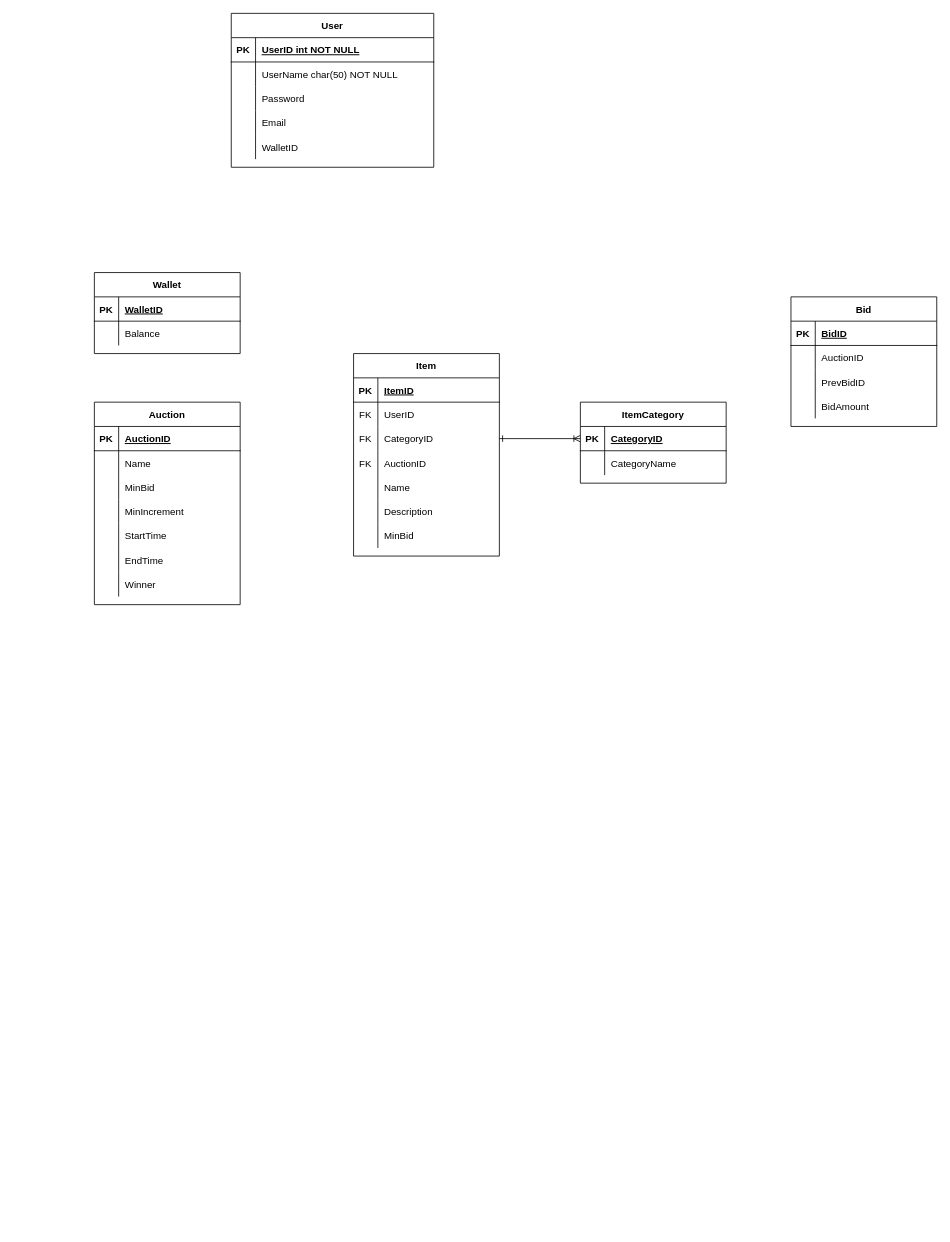
vardan5/AuctionWeb keeps this draw.io diagram as page "Page-1" (1 of 2) of Auction ERD.drawio. Above is the earlier version. Source tidied: cells renumbered, new cells numbered last; positions are measured from the earlier drawing's top-left corner, leaving out a move shared by most shapes. Both pictures are drawn from the tidied source at 81%, with x=0, y=0 at pixel (94, 13).
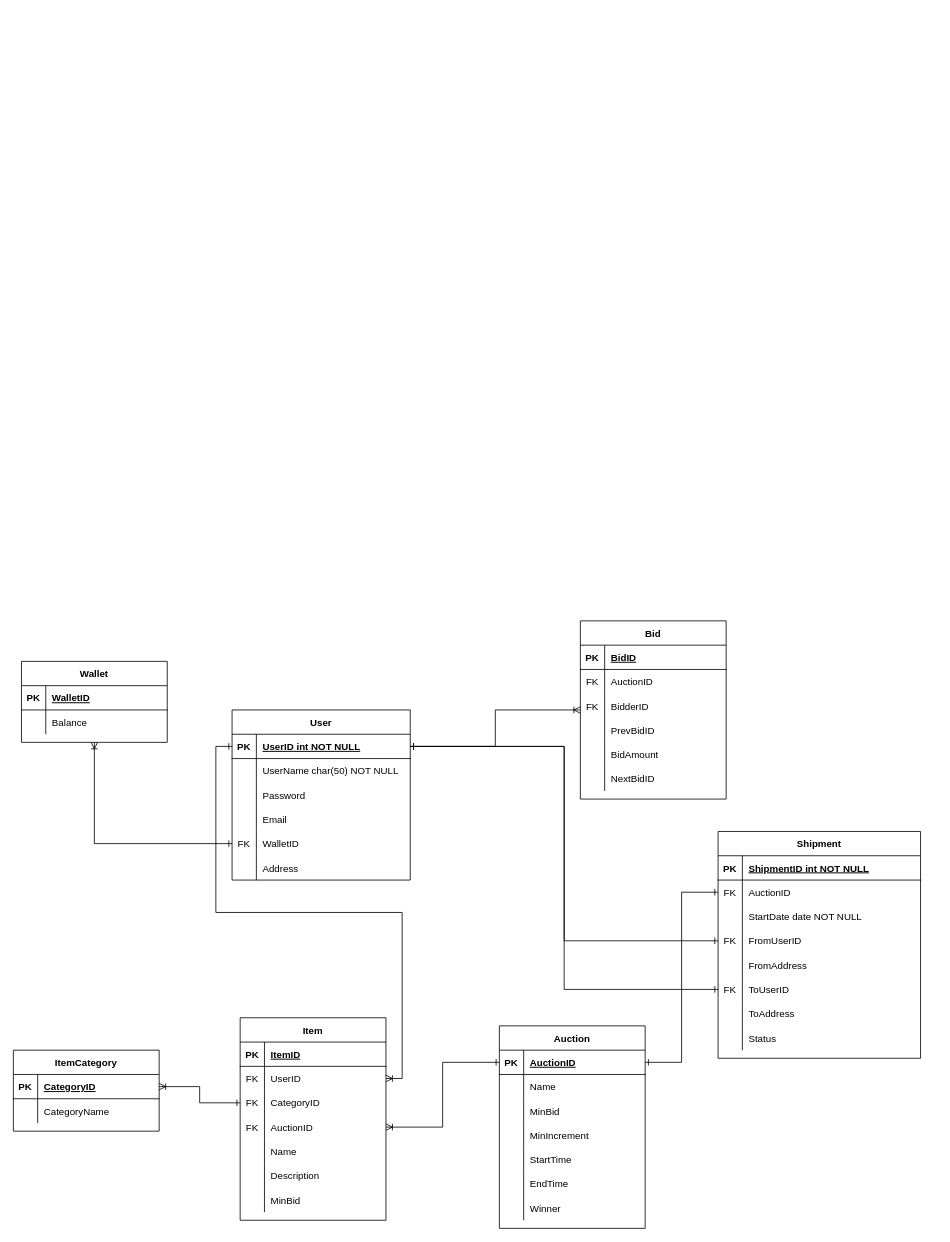
The same diagram, later.

Unchanged cells that the change refers to:
```xml
<mxCell id="22" style="shape=tableRow;horizontal=0;startSize=0;swimlaneHead=0;swimlaneBody=0;fillColor=none;points=[[0,0.5],[1,0.5]];portConstraint=eastwest;top=0;left=0;right=0;bottom=0;" parent="18" vertex="1">
  <mxGeometry y="60" width="180" height="30" as="geometry" />
</mxCell>
<mxCell id="25" style="shape=tableRow;horizontal=0;startSize=0;swimlaneHead=0;swimlaneBody=0;fillColor=none;points=[[0,0.5],[1,0.5]];portConstraint=eastwest;top=0;left=0;right=0;bottom=0;" parent="18" vertex="1">
  <mxGeometry y="90" width="180" height="30" as="geometry" />
</mxCell>
<mxCell id="28" style="shape=tableRow;horizontal=0;startSize=0;swimlaneHead=0;swimlaneBody=0;fillColor=none;points=[[0,0.5],[1,0.5]];portConstraint=eastwest;top=0;left=0;right=0;bottom=0;" parent="18" vertex="1">
  <mxGeometry y="120" width="180" height="30" as="geometry" />
</mxCell>
<mxCell id="41" style="shape=tableRow;horizontal=0;startSize=0;swimlaneHead=0;swimlaneBody=0;fillColor=none;points=[[0,0.5],[1,0.5]];portConstraint=eastwest;top=0;left=0;right=0;bottom=1;" parent="40" vertex="1">
  <mxGeometry y="30" width="180" height="30" as="geometry" />
</mxCell>
<mxCell id="56" style="shape=tableRow;horizontal=0;startSize=0;swimlaneHead=0;swimlaneBody=0;fillColor=none;points=[[0,0.5],[1,0.5]];portConstraint=eastwest;top=0;left=0;right=0;bottom=1;" parent="55" vertex="1">
  <mxGeometry y="30" width="180" height="30" as="geometry" />
</mxCell>
<mxCell id="81" style="shape=tableRow;horizontal=0;startSize=0;swimlaneHead=0;swimlaneBody=0;fillColor=none;top=0;left=0;right=0;bottom=0;" parent="77" vertex="1">
  <mxGeometry y="60" width="180" height="30" as="geometry" />
</mxCell>
```

What changed in the source:
```diff
@@
+    <mxCell id="90" value="Shipment" style="shape=table;startSize=30;childLayout=tableLayout;rowLines=0;fontStyle=1;align=center;" parent="1" vertex="1">
+      <mxGeometry x="770" y="1010" width="250" height="280" as="geometry" />
+    </mxCell>
+    <mxCell id="91" style="shape=partialRectangle;fillColor=none;top=0;left=0;right=0;bottom=1;" parent="90" vertex="1">
+      <mxGeometry y="30" width="250" height="30" as="geometry" />
+    </mxCell>
+    <mxCell id="92" value="PK" style="shape=partialRectangle;overflow=hidden;fillColor=none;top=0;left=0;bottom=0;right=0;fontStyle=1;" parent="91" vertex="1">
+      <mxGeometry width="30" height="30" as="geometry" />
+    </mxCell>
+    <mxCell id="93" value="ShipmentID int NOT NULL " style="shape=partialRectangle;overflow=hidden;fillColor=none;top=0;left=0;bottom=0;right=0;align=left;spacingLeft=6;fontStyle=5;" parent="91" vertex="1">
+      <mxGeometry x="30" width="220" height="30" as="geometry" />
+    </mxCell>
+    <mxCell id="94" style="shape=partialRectangle;fillColor=none;points=[[0,0.5],[1,0.5]];portConstraint=eastwest;top=0;left=0;right=0;bottom=0;" parent="90" vertex="1">
+      <mxGeometry y="60" width="250" height="30" as="geometry" />
+    </mxCell>
+    <mxCell id="95" value="FK" style="shape=partialRectangle;overflow=hidden;fillColor=none;top=0;left=0;bottom=0;right=0;" parent="94" vertex="1">
+      <mxGeometry width="30" height="30" as="geometry" />
+    </mxCell>
+    <mxCell id="96" value="AuctionID" style="shape=partialRectangle;overflow=hidden;fillColor=none;top=0;left=0;bottom=0;right=0;align=left;spacingLeft=6;" parent="94" vertex="1">
+      <mxGeometry x="30" width="220" height="30" as="geometry" />
+    </mxCell>
+    <mxCell id="97" style="shape=partialRectangle;fillColor=none;top=0;left=0;right=0;bottom=0;" parent="90" vertex="1">
+      <mxGeometry y="90" width="250" height="30" as="geometry" />
+    </mxCell>
+    <mxCell id="98" style="shape=partialRectangle;overflow=hidden;fillColor=none;top=0;left=0;bottom=0;right=0;" parent="97" vertex="1">
+      <mxGeometry width="30" height="30" as="geometry" />
+    </mxCell>
+    <mxCell id="99" value="StartDate date NOT NULL" style="shape=partialRectangle;overflow=hidden;fillColor=none;top=0;left=0;bottom=0;right=0;align=left;spacingLeft=6;" parent="97" vertex="1">
+      <mxGeometry x="30" width="220" height="30" as="geometry" />
+    </mxCell>
+    <mxCell id="100" style="shape=partialRectangle;fillColor=none;points=[[0,0.5],[1,0.5]];portConstraint=eastwest;top=0;left=0;right=0;bottom=0;" parent="90" vertex="1">
+      <mxGeometry y="120" width="250" height="30" as="geometry" />
+    </mxCell>
+    <mxCell id="101" value="FK" style="shape=partialRectangle;overflow=hidden;fillColor=none;top=0;left=0;bottom=0;right=0;" parent="100" vertex="1">
+      <mxGeometry width="30" height="30" as="geometry" />
+    </mxCell>
+    <mxCell id="102" value="FromUserID" style="shape=partialRectangle;overflow=hidden;fillColor=none;top=0;left=0;bottom=0;right=0;align=left;spacingLeft=6;" parent="100" vertex="1">
+      <mxGeometry x="30" width="220" height="30" as="geometry" />
+    </mxCell>
+    <mxCell id="103" style="shape=partialRectangle;fillColor=none;top=0;left=0;right=0;bottom=0;" parent="90" vertex="1">
+      <mxGeometry y="150" width="250" height="30" as="geometry" />
+    </mxCell>
+    <mxCell id="104" style="shape=partialRectangle;overflow=hidden;fillColor=none;top=0;left=0;bottom=0;right=0;" parent="103" vertex="1">
+      <mxGeometry width="30" height="30" as="geometry" />
+    </mxCell>
+    <mxCell id="105" value="FromAddress" style="shape=partialRectangle;overflow=hidden;fillColor=none;top=0;left=0;bottom=0;right=0;align=left;spacingLeft=6;" parent="103" vertex="1">
+      <mxGeometry x="30" width="220" height="30" as="geometry" />
+    </mxCell>
+    <mxCell id="106" style="shape=partialRectangle;fillColor=none;points=[[0,0.5],[1,0.5]];portConstraint=eastwest;top=0;left=0;right=0;bottom=0;" parent="90" vertex="1">
+      <mxGeometry y="180" width="250" height="30" as="geometry" />
+    </mxCell>
+    <mxCell id="107" value="FK" style="shape=partialRectangle;overflow=hidden;fillColor=none;top=0;left=0;bottom=0;right=0;" parent="106" vertex="1">
+      <mxGeometry width="30" height="30" as="geometry" />
+    </mxCell>
+    <mxCell id="108" value="ToUserID" style="shape=partialRectangle;overflow=hidden;fillColor=none;top=0;left=0;bottom=0;right=0;align=left;spacingLeft=6;" parent="106" vertex="1">
+      <mxGeometry x="30" width="220" height="30" as="geometry" />
+    </mxCell>
+    <mxCell id="109" style="shape=partialRectangle;fillColor=none;top=0;left=0;right=0;bottom=0;" parent="90" vertex="1">
+      <mxGeometry y="210" width="250" height="30" as="geometry" />
+    </mxCell>
+    <mxCell id="110" style="shape=partialRectangle;overflow=hidden;fillColor=none;top=0;left=0;bottom=0;right=0;" parent="109" vertex="1">
+      <mxGeometry width="30" height="30" as="geometry" />
+    </mxCell>
+    <mxCell id="111" value="ToAddress" style="shape=partialRectangle;overflow=hidden;fillColor=none;top=0;left=0;bottom=0;right=0;align=left;spacingLeft=6;" parent="109" vertex="1">
+      <mxGeometry x="30" width="220" height="30" as="geometry" />
+    </mxCell>
+    <mxCell id="112" style="shape=partialRectangle;fillColor=none;top=0;left=0;right=0;bottom=0;" parent="90" vertex="1">
+      <mxGeometry y="240" width="250" height="30" as="geometry" />
+    </mxCell>
+    <mxCell id="113" style="shape=partialRectangle;overflow=hidden;fillColor=none;top=0;left=0;bottom=0;right=0;" parent="112" vertex="1">
+      <mxGeometry width="30" height="30" as="geometry" />
+    </mxCell>
+    <mxCell id="114" value="Status" style="shape=partialRectangle;overflow=hidden;fillColor=none;top=0;left=0;bottom=0;right=0;align=left;spacingLeft=6;" parent="112" vertex="1">
+      <mxGeometry x="30" width="220" height="30" as="geometry" />
+    </mxCell>
     <mxCell id="2" value="User" style="shape=table;startSize=30;childLayout=tableLayout;rowLines=0;fontStyle=1;align=center;" parent="1" vertex="1">
-      <mxGeometry x="169" width="250" height="190" as="geometry" />
+      <mxGeometry x="170" y="860" width="220" height="210" as="geometry" />
     </mxCell>
     <mxCell id="3" style="shape=partialRectangle;fillColor=none;points=[[0,0.5],[1,0.5]];portConstraint=eastwest;top=0;left=0;right=0;bottom=1;" parent="2" vertex="1">
-      <mxGeometry y="30" width="250" height="30" as="geometry" />
+      <mxGeometry y="30" width="220" height="30" as="geometry" />
     </mxCell>
@@
     <mxCell id="5" value="UserID int NOT NULL " style="shape=partialRectangle;overflow=hidden;fillColor=none;top=0;left=0;bottom=0;right=0;align=left;spacingLeft=6;fontStyle=5;" parent="3" vertex="1">
-      <mxGeometry x="30" width="220" height="30" as="geometry" />
+      <mxGeometry x="30" width="190" height="30" as="geometry" />
     </mxCell>
     <mxCell id="6" style="shape=partialRectangle;fillColor=none;top=0;left=0;right=0;bottom=0;" parent="2" vertex="1">
-      <mxGeometry y="60" width="250" height="30" as="geometry" />
+      <mxGeometry y="60" width="220" height="30" as="geometry" />
     </mxCell>
@@
     <mxCell id="8" value="UserName char(50) NOT NULL" style="shape=partialRectangle;overflow=hidden;fillColor=none;top=0;left=0;bottom=0;right=0;align=left;spacingLeft=6;" parent="6" vertex="1">
-      <mxGeometry x="30" width="220" height="30" as="geometry" />
+      <mxGeometry x="30" width="190" height="30" as="geometry" />
     </mxCell>
     <mxCell id="9" style="shape=partialRectangle;fillColor=none;top=0;left=0;right=0;bottom=0;" parent="2" vertex="1">
-      <mxGeometry y="90" width="250" height="30" as="geometry" />
+      <mxGeometry y="90" width="220" height="30" as="geometry" />
     </mxCell>
@@
     <mxCell id="11" value="Password" style="shape=partialRectangle;overflow=hidden;fillColor=none;top=0;left=0;bottom=0;right=0;align=left;spacingLeft=6;" parent="9" vertex="1">
-      <mxGeometry x="30" width="220" height="30" as="geometry" />
+      <mxGeometry x="30" width="190" height="30" as="geometry" />
     </mxCell>
     <mxCell id="12" style="shape=partialRectangle;fillColor=none;top=0;left=0;right=0;bottom=0;" parent="2" vertex="1">
-      <mxGeometry y="120" width="250" height="30" as="geometry" />
+      <mxGeometry y="120" width="220" height="30" as="geometry" />
     </mxCell>
@@
     <mxCell id="14" value="Email" style="shape=partialRectangle;overflow=hidden;fillColor=none;top=0;left=0;bottom=0;right=0;align=left;spacingLeft=6;" parent="12" vertex="1">
-      <mxGeometry x="30" width="220" height="30" as="geometry" />
+      <mxGeometry x="30" width="190" height="30" as="geometry" />
     </mxCell>
     <mxCell id="15" style="shape=partialRectangle;fillColor=none;points=[[0,0.5],[1,0.5]];portConstraint=eastwest;top=0;left=0;right=0;bottom=0;" parent="2" vertex="1">
-      <mxGeometry y="150" width="250" height="30" as="geometry" />
+      <mxGeometry y="150" width="220" height="30" as="geometry" />
     </mxCell>
-    <mxCell id="16" style="shape=partialRectangle;overflow=hidden;fillColor=none;top=0;left=0;bottom=0;right=0;" parent="15" vertex="1">
+    <mxCell id="16" value="FK" style="shape=partialRectangle;overflow=hidden;fillColor=none;top=0;left=0;bottom=0;right=0;" parent="15" vertex="1">
       <mxGeometry width="30" height="30" as="geometry" />
     </mxCell>
     <mxCell id="17" value="WalletID" style="shape=partialRectangle;overflow=hidden;fillColor=none;top=0;left=0;bottom=0;right=0;align=left;spacingLeft=6;" parent="15" vertex="1">
-      <mxGeometry x="30" width="220" height="30" as="geometry" />
+      <mxGeometry x="30" width="190" height="30" as="geometry" />
     </mxCell>
+    <mxCell id="115" style="shape=partialRectangle;fillColor=none;top=0;left=0;right=0;bottom=0;" parent="2" vertex="1">
+      <mxGeometry y="180" width="220" height="30" as="geometry" />
+    </mxCell>
+    <mxCell id="116" style="shape=partialRectangle;overflow=hidden;fillColor=none;top=0;left=0;bottom=0;right=0;" parent="115" vertex="1">
+      <mxGeometry width="30" height="30" as="geometry" />
+    </mxCell>
+    <mxCell id="117" value="Address" style="shape=partialRectangle;overflow=hidden;fillColor=none;top=0;left=0;bottom=0;right=0;align=left;spacingLeft=6;" parent="115" vertex="1">
+      <mxGeometry x="30" width="190" height="30" as="geometry" />
+    </mxCell>
     <mxCell id="18" value="Item" style="shape=table;startSize=30;childLayout=tableLayout;rowLines=0;fontStyle=1;align=center;" parent="1" vertex="1">
-      <mxGeometry x="320" y="420" width="180" height="250" as="geometry" />
+      <mxGeometry x="180" y="1240" width="180" height="250" as="geometry" />
     </mxCell>
@@
     <mxCell id="40" value="ItemCategory" style="shape=table;startSize=30;childLayout=tableLayout;rowLines=0;fontStyle=1;align=center;" parent="1" vertex="1">
-      <mxGeometry x="600" y="480" width="180" height="100" as="geometry" />
+      <mxGeometry x="-100" y="1280" width="180" height="100" as="geometry" />
     </mxCell>
@@
-    <mxCell id="47" style="edgeStyle=orthogonalEdgeStyle;rounded=0;jettySize=auto;html=1;endArrow=ERoneToMany;endFill=0;startArrow=ERone;startFill=0;" parent="1" edge="1" source="25" target="41">
+    <mxCell id="47" style="rounded=0;jettySize=auto;html=1;endArrow=ERoneToMany;endFill=0;startArrow=ERone;startFill=0;edgeStyle=orthogonalEdgeStyle;" parent="1" edge="1" source="25" target="41">
       <mxGeometry relative="1" as="geometry" />
     </mxCell>
+    <mxCell id="118" style="edgeStyle=orthogonalEdgeStyle;rounded=0;jettySize=auto;html=1;endArrow=ERone;endFill=0;startArrow=ERoneToMany;startFill=0;" parent="1" edge="1" source="48" target="15">
+      <mxGeometry relative="1" as="geometry" />
+    </mxCell>
     <mxCell id="48" value="Wallet" style="shape=table;startSize=30;childLayout=tableLayout;rowLines=0;fontStyle=1;align=center;" parent="1" vertex="1">
-      <mxGeometry y="320" width="180" height="100" as="geometry" />
+      <mxGeometry x="-90" y="800" width="180" height="100" as="geometry" />
     </mxCell>
@@
     <mxCell id="55" value="Auction" style="shape=table;startSize=30;childLayout=tableLayout;rowLines=0;fontStyle=1;align=center;" parent="1" vertex="1">
-      <mxGeometry y="480" width="180" height="250" as="geometry" />
+      <mxGeometry x="500" y="1250" width="180" height="250" as="geometry" />
     </mxCell>
@@
+    <mxCell id="119" style="edgeStyle=orthogonalEdgeStyle;rounded=0;jettySize=auto;html=1;startArrow=ERoneToMany;startFill=0;endArrow=ERone;endFill=0;" parent="1" edge="1" source="77" target="3">
+      <mxGeometry relative="1" as="geometry" />
+    </mxCell>
     <mxCell id="77" value="Bid" style="shape=table;startSize=30;childLayout=tableLayout;rowLines=0;fontStyle=1;align=center;" parent="1" vertex="1">
-      <mxGeometry x="860" y="350" width="180" height="160" as="geometry" />
+      <mxGeometry x="600" y="750" width="180" height="220" as="geometry" />
     </mxCell>
@@
-    <mxCell id="82" style="shape=partialRectangle;fillColor=none;top=0;left=0;bottom=0;right=0;overflow=hidden;" parent="81" vertex="1">
+    <mxCell id="82" value="FK" style="shape=partialRectangle;fillColor=none;top=0;left=0;bottom=0;right=0;overflow=hidden;" parent="81" vertex="1">
       <mxGeometry width="30" height="30" as="geometry" />
     </mxCell>
@@
+    <mxCell id="120" style="shape=tableRow;horizontal=0;startSize=0;swimlaneHead=0;swimlaneBody=0;fillColor=none;top=0;left=0;right=0;bottom=0;" parent="77" vertex="1">
+      <mxGeometry y="90" width="180" height="30" as="geometry" />
+    </mxCell>
+    <mxCell id="121" value="FK" style="shape=partialRectangle;fillColor=none;top=0;left=0;bottom=0;right=0;overflow=hidden;" parent="120" vertex="1">
+      <mxGeometry width="30" height="30" as="geometry" />
+    </mxCell>
+    <mxCell id="122" value="BidderID" style="shape=partialRectangle;fillColor=none;top=0;left=0;bottom=0;right=0;align=left;spacingLeft=6;overflow=hidden;" parent="120" vertex="1">
+      <mxGeometry x="30" width="150" height="30" as="geometry" />
+    </mxCell>
     <mxCell id="84" style="shape=tableRow;horizontal=0;startSize=0;swimlaneHead=0;swimlaneBody=0;fillColor=none;top=0;left=0;right=0;bottom=0;" parent="77" vertex="1">
-      <mxGeometry y="90" width="180" height="30" as="geometry" />
+      <mxGeometry y="120" width="180" height="30" as="geometry" />
     </mxCell>
@@
     <mxCell id="87" style="shape=tableRow;horizontal=0;startSize=0;swimlaneHead=0;swimlaneBody=0;fillColor=none;top=0;left=0;right=0;bottom=0;" parent="77" vertex="1">
-      <mxGeometry y="120" width="180" height="30" as="geometry" />
+      <mxGeometry y="150" width="180" height="30" as="geometry" />
     </mxCell>
@@
+    <mxCell id="123" style="shape=tableRow;horizontal=0;startSize=0;swimlaneHead=0;swimlaneBody=0;fillColor=none;top=0;left=0;right=0;bottom=0;" parent="77" vertex="1">
+      <mxGeometry y="180" width="180" height="30" as="geometry" />
+    </mxCell>
+    <mxCell id="124" style="shape=partialRectangle;fillColor=none;top=0;left=0;bottom=0;right=0;overflow=hidden;" parent="123" vertex="1">
+      <mxGeometry width="30" height="30" as="geometry" />
+    </mxCell>
+    <mxCell id="125" value="NextBidID" style="shape=partialRectangle;fillColor=none;top=0;left=0;bottom=0;right=0;align=left;spacingLeft=6;overflow=hidden;" parent="123" vertex="1">
+      <mxGeometry x="30" width="150" height="30" as="geometry" />
+    </mxCell>
+    <mxCell id="126" style="edgeStyle=orthogonalEdgeStyle;rounded=0;jettySize=auto;html=1;entryX=0;entryY=0.5;entryDx=0;entryDy=0;startArrow=ERoneToMany;startFill=0;endArrow=ERone;endFill=0;" parent="1" edge="1" source="22" target="3">
+      <mxGeometry relative="1" as="geometry" />
+    </mxCell>
+    <mxCell id="127" style="edgeStyle=orthogonalEdgeStyle;rounded=0;jettySize=auto;html=1;startArrow=ERoneToMany;startFill=0;endArrow=ERone;endFill=0;" parent="1" edge="1" source="28" target="56">
+      <mxGeometry relative="1" as="geometry" />
+    </mxCell>
+    <mxCell id="128" style="edgeStyle=orthogonalEdgeStyle;rounded=0;jettySize=auto;html=1;exitX=0;exitY=0.5;exitDx=0;exitDy=0;startArrow=ERone;startFill=0;endArrow=ERone;endFill=0;" parent="1" edge="1" source="94" target="56">
+      <mxGeometry relative="1" as="geometry" />
+    </mxCell>
+    <mxCell id="129" style="edgeStyle=orthogonalEdgeStyle;rounded=0;jettySize=auto;html=1;exitX=0;exitY=0.5;exitDx=0;exitDy=0;startArrow=ERone;startFill=0;endArrow=ERone;endFill=0;" parent="1" edge="1" source="100" target="3">
+      <mxGeometry relative="1" as="geometry" />
+    </mxCell>
+    <mxCell id="130" style="edgeStyle=orthogonalEdgeStyle;rounded=0;jettySize=auto;html=1;exitX=0;exitY=0.5;exitDx=0;exitDy=0;startArrow=ERone;startFill=0;endArrow=ERone;endFill=0;" parent="1" edge="1" source="106" target="3">
+      <mxGeometry relative="1" as="geometry" />
+    </mxCell>
```
